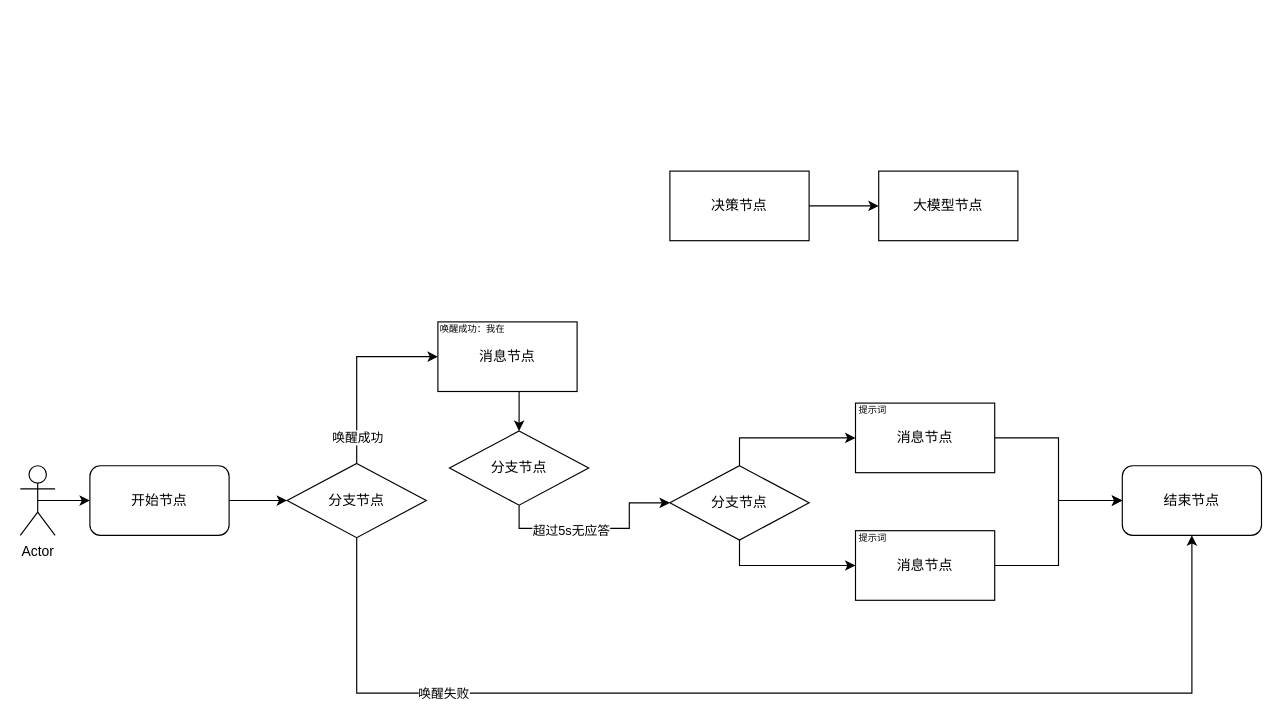
huaxiaojilzg/workflow_draw keeps this draw.io diagram as 6.语音问答.drawio. Above is the earlier version. Source tidied: cells renumbered, new cells numbered last; positions are measured from the earlier drawing's top-left corner, leaving out a move shared by most shapes. Both pictures are drawn from the tidied source at 116%, with x=0, y=0 at pixel (20, 171).
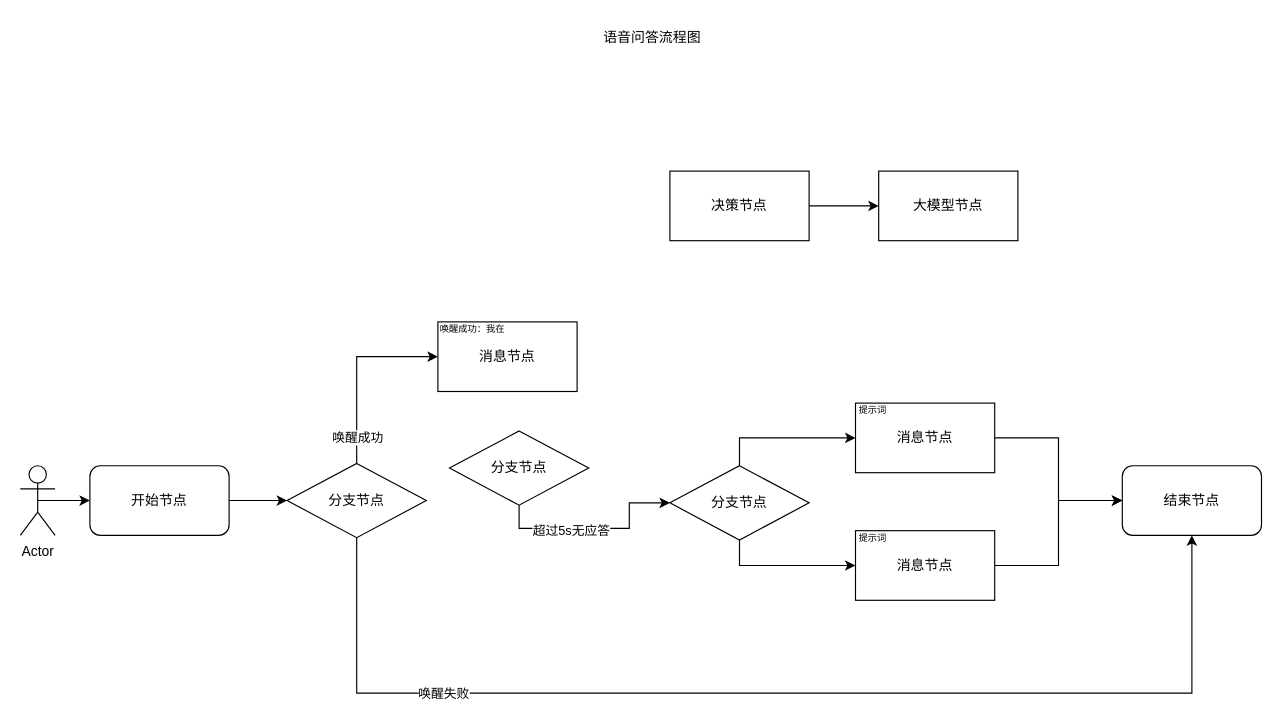
The same diagram, later.

Commit message:
更新6.语音问答.drawio

Unchanged cells that the change refers to:
```xml
<mxCell id="13" value="消息节点" style="rounded=0;whiteSpace=wrap;html=1;" parent="1" vertex="1">
  <mxGeometry x="360" y="130" width="120" height="60" as="geometry" />
</mxCell>
<mxCell id="20" value="分支节点" style="rhombus;whiteSpace=wrap;html=1;" parent="1" vertex="1">
  <mxGeometry x="370" y="224" width="120" height="64" as="geometry" />
</mxCell>
```

Diff of the diagram source:
```diff
@@
-    <mxCell id="12" style="edgeStyle=orthogonalEdgeStyle;rounded=0;jettySize=auto;html=1;exitX=0.5;exitY=1;exitDx=0;exitDy=0;entryX=0.5;entryY=0;entryDx=0;entryDy=0;" parent="1" edge="1" source="13" target="20">
-      <mxGeometry relative="1" as="geometry" />
-    </mxCell>
@@
+    <mxCell id="30" value="语音问答流程图" style="text;html=1;align=center;verticalAlign=middle;whiteSpace=wrap;rounded=0;" parent="1" vertex="1">
+      <mxGeometry x="280" y="-130" width="530" height="30" as="geometry" />
+    </mxCell>
```
